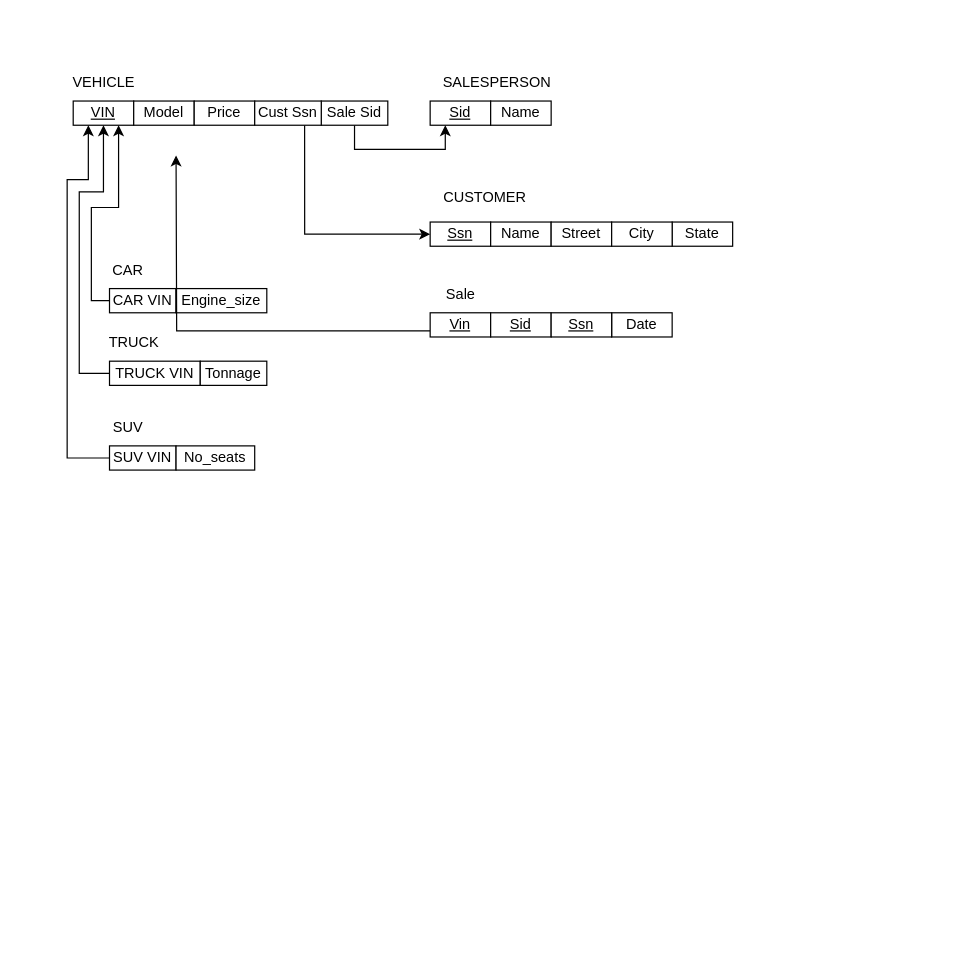
This is assignment3/Question2.drawio from shivamdesai04/ENSF300, a draw.io file, before an edit. Source tidied: cells renumbered, new cells numbered last; positions are measured from the earlier drawing's top-left corner, leaving out a move shared by most shapes. Both pictures are drawn from the tidied source at 121%, with x=0, y=0 at pixel (60, 64).
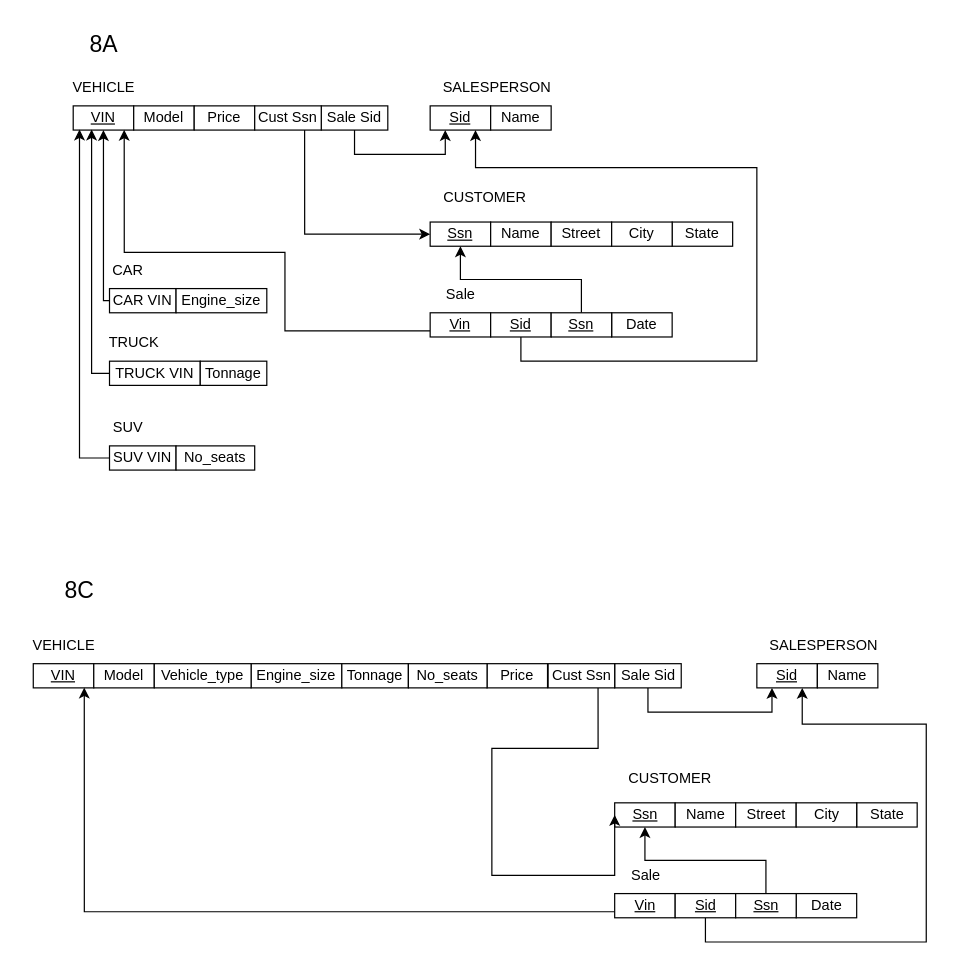
Above is the later version.

The change refers to these unchanged cells:
```xml
<mxCell id="14" value="CAR VIN" style="whiteSpace=wrap;html=1;" parent="1" vertex="1">
  <mxGeometry x="40" y="185" width="55" height="20" as="geometry" />
</mxCell>
<mxCell id="17" value="TRUCK VIN" style="whiteSpace=wrap;html=1;" parent="1" vertex="1">
  <mxGeometry x="40" y="245" width="75" height="20" as="geometry" />
</mxCell>
<mxCell id="20" value="SUV VIN" style="whiteSpace=wrap;html=1;" parent="1" vertex="1">
  <mxGeometry x="40" y="315" width="55" height="20" as="geometry" />
</mxCell>
<mxCell id="25" value="&lt;u&gt;Ssn&lt;/u&gt;" style="whiteSpace=wrap;html=1;" parent="1" vertex="1">
  <mxGeometry x="305" y="130" width="50" height="20" as="geometry" />
</mxCell>
<mxCell id="32" value="&lt;u&gt;Vin&lt;/u&gt;" style="whiteSpace=wrap;html=1;" parent="1" vertex="1">
  <mxGeometry x="305" y="205" width="50" height="20" as="geometry" />
</mxCell>
<mxCell id="33" value="&lt;u&gt;Sid&lt;/u&gt;" style="whiteSpace=wrap;html=1;" parent="1" vertex="1">
  <mxGeometry x="355" y="205" width="50" height="20" as="geometry" />
</mxCell>
<mxCell id="34" value="&lt;u&gt;Ssn&lt;/u&gt;" style="whiteSpace=wrap;html=1;" parent="1" vertex="1">
  <mxGeometry x="405" y="205" width="50" height="20" as="geometry" />
</mxCell>
```

What changed in the source:
```diff
@@
     <mxCell id="2" value="VEHICLE" style="text;html=1;align=center;verticalAlign=middle;strokeColor=none;fillColor=none;" parent="1" vertex="1">
-      <mxGeometry width="70" height="30" as="geometry" />
+      <mxGeometry y="4" width="70" height="30" as="geometry" />
     </mxCell>
     <mxCell id="3" value="&lt;u&gt;VIN&lt;/u&gt;" style="whiteSpace=wrap;html=1;" parent="1" vertex="1">
-      <mxGeometry x="10" y="30" width="50" height="20" as="geometry" />
+      <mxGeometry x="10" y="34" width="50" height="20" as="geometry" />
     </mxCell>
     <mxCell id="4" value="Model" style="whiteSpace=wrap;html=1;" parent="1" vertex="1">
-      <mxGeometry x="60" y="30" width="50" height="20" as="geometry" />
+      <mxGeometry x="60" y="34" width="50" height="20" as="geometry" />
     </mxCell>
     <mxCell id="5" value="Price" style="whiteSpace=wrap;html=1;" parent="1" vertex="1">
-      <mxGeometry x="110" y="30" width="50" height="20" as="geometry" />
+      <mxGeometry x="110" y="34" width="50" height="20" as="geometry" />
     </mxCell>
     <mxCell id="6" value="&lt;u&gt;Sid&lt;/u&gt;" style="whiteSpace=wrap;html=1;" parent="1" vertex="1">
-      <mxGeometry x="305" y="30" width="50" height="20" as="geometry" />
+      <mxGeometry x="305" y="34" width="50" height="20" as="geometry" />
     </mxCell>
     <mxCell id="7" value="SALESPERSON" style="text;html=1;align=center;verticalAlign=middle;strokeColor=none;fillColor=none;" parent="1" vertex="1">
-      <mxGeometry x="305" width="110" height="30" as="geometry" />
+      <mxGeometry x="305" y="4" width="110" height="30" as="geometry" />
     </mxCell>
     <mxCell id="8" value="Name" style="whiteSpace=wrap;html=1;" parent="1" vertex="1">
-      <mxGeometry x="355" y="30" width="50" height="20" as="geometry" />
+      <mxGeometry x="355" y="34" width="50" height="20" as="geometry" />
     </mxCell>
@@
     <mxCell id="10" value="Sale Sid" style="whiteSpace=wrap;html=1;" parent="1" vertex="1">
-      <mxGeometry x="215" y="30" width="55" height="20" as="geometry" />
+      <mxGeometry x="215" y="34" width="55" height="20" as="geometry" />
     </mxCell>
@@
-    <mxCell id="13" style="edgeStyle=orthogonalEdgeStyle;rounded=0;jettySize=auto;html=1;exitX=0;exitY=0.5;exitDx=0;exitDy=0;entryX=0.75;entryY=1;entryDx=0;entryDy=0;" parent="1" edge="1" source="14" target="3">
+    <mxCell id="13" style="edgeStyle=orthogonalEdgeStyle;rounded=0;jettySize=auto;html=1;exitX=0;exitY=0.5;exitDx=0;exitDy=0;entryX=0.5;entryY=1;entryDx=0;entryDy=0;" parent="1" edge="1" source="14" target="3">
       <mxGeometry relative="1" as="geometry">
         <Array as="points">
-          <mxPoint x="25" y="195" />
-          <mxPoint x="25" y="118" />
-          <mxPoint x="48" y="118" />
+          <mxPoint x="35" y="195" />
         </Array>
       </mxGeometry>
     </mxCell>
@@
-    <mxCell id="16" style="edgeStyle=orthogonalEdgeStyle;rounded=0;jettySize=auto;html=1;exitX=0;exitY=0.5;exitDx=0;exitDy=0;entryX=0.5;entryY=1;entryDx=0;entryDy=0;" parent="1" edge="1" source="17" target="3">
+    <mxCell id="16" style="edgeStyle=orthogonalEdgeStyle;rounded=0;jettySize=auto;html=1;exitX=0;exitY=0.5;exitDx=0;exitDy=0;entryX=0.304;entryY=0.975;entryDx=0;entryDy=0;entryPerimeter=0;" parent="1" edge="1" source="17" target="3">
       <mxGeometry relative="1" as="geometry">
         <Array as="points">
-          <mxPoint x="15" y="255" />
-          <mxPoint x="15" y="105" />
-          <mxPoint x="35" y="105" />
+          <mxPoint x="25" y="255" />
         </Array>
       </mxGeometry>
     </mxCell>
@@
-    <mxCell id="19" style="edgeStyle=orthogonalEdgeStyle;rounded=0;jettySize=auto;html=1;exitX=0;exitY=0.5;exitDx=0;exitDy=0;entryX=0.25;entryY=1;entryDx=0;entryDy=0;" parent="1" edge="1" source="20" target="3">
-      <mxGeometry relative="1" as="geometry">
-        <Array as="points">
-          <mxPoint x="5" y="325" />
-          <mxPoint x="5" y="95" />
-          <mxPoint x="22" y="95" />
-        </Array>
-      </mxGeometry>
+    <mxCell id="19" style="edgeStyle=orthogonalEdgeStyle;rounded=0;jettySize=auto;html=1;exitX=0;exitY=0.5;exitDx=0;exitDy=0;entryX=0.104;entryY=0.975;entryDx=0;entryDy=0;entryPerimeter=0;" parent="1" edge="1" source="20" target="3">
+      <mxGeometry relative="1" as="geometry" />
     </mxCell>
@@
-    <mxCell id="31" style="edgeStyle=orthogonalEdgeStyle;rounded=0;jettySize=auto;html=1;exitX=0;exitY=0.75;exitDx=0;exitDy=0;" parent="1" edge="1" source="32">
+    <mxCell id="31" style="edgeStyle=orthogonalEdgeStyle;rounded=0;jettySize=auto;html=1;exitX=0;exitY=0.75;exitDx=0;exitDy=0;entryX=0.843;entryY=0.989;entryDx=0;entryDy=0;entryPerimeter=0;" parent="1" edge="1" source="32" target="3">
       <mxGeometry relative="1" as="geometry">
-        <mxPoint x="95" y="75" as="targetPoint" />
+        <Array as="points">
+          <mxPoint x="185" y="220" />
+          <mxPoint x="185" y="155" />
+          <mxPoint x="52" y="155" />
+        </Array>
       </mxGeometry>
     </mxCell>
@@
+    <mxCell id="37" style="edgeStyle=orthogonalEdgeStyle;rounded=0;jettySize=auto;html=1;exitX=0.5;exitY=1;exitDx=0;exitDy=0;entryX=0.75;entryY=1;entryDx=0;entryDy=0;" parent="1" edge="1" source="33" target="6">
+      <mxGeometry relative="1" as="geometry">
+        <Array as="points">
+          <mxPoint x="380" y="245" />
+          <mxPoint x="575" y="245" />
+          <mxPoint x="575" y="85" />
+          <mxPoint x="343" y="85" />
+        </Array>
+      </mxGeometry>
+    </mxCell>
@@
+    <mxCell id="38" style="edgeStyle=orthogonalEdgeStyle;rounded=0;jettySize=auto;html=1;exitX=0.5;exitY=0;exitDx=0;exitDy=0;entryX=0.5;entryY=1;entryDx=0;entryDy=0;" parent="1" edge="1" source="34" target="25">
+      <mxGeometry relative="1" as="geometry" />
+    </mxCell>
@@
     <mxCell id="35" style="edgeStyle=orthogonalEdgeStyle;rounded=0;jettySize=auto;html=1;exitX=0.75;exitY=1;exitDx=0;exitDy=0;entryX=0;entryY=0.5;entryDx=0;entryDy=0;" parent="1" edge="1" source="36" target="25">
-      <mxGeometry relative="1" as="geometry" />
+      <mxGeometry relative="1" as="geometry">
+        <Array as="points">
+          <mxPoint x="201" y="140" />
+        </Array>
+      </mxGeometry>
     </mxCell>
     <mxCell id="36" value="Cust Ssn" style="whiteSpace=wrap;html=1;" parent="1" vertex="1">
-      <mxGeometry x="160" y="30" width="55" height="20" as="geometry" />
+      <mxGeometry x="160" y="34" width="55" height="20" as="geometry" />
     </mxCell>
+    <mxCell id="39" value="&lt;span style=&quot;font-size: 19px;&quot;&gt;8A&lt;/span&gt;" style="text;html=1;align=center;verticalAlign=middle;strokeColor=none;fillColor=none;" parent="1" vertex="1">
+      <mxGeometry x="10" y="-36" width="50" height="40" as="geometry" />
+    </mxCell>
+    <mxCell id="40" value="VEHICLE" style="text;html=1;align=center;verticalAlign=middle;strokeColor=none;fillColor=none;" parent="1" vertex="1">
+      <mxGeometry x="-33" y="465" width="70" height="30" as="geometry" />
+    </mxCell>
+    <mxCell id="41" value="&lt;u&gt;VIN&lt;/u&gt;" style="whiteSpace=wrap;html=1;" parent="1" vertex="1">
+      <mxGeometry x="-23" y="495" width="50" height="20" as="geometry" />
+    </mxCell>
+    <mxCell id="42" value="Model" style="whiteSpace=wrap;html=1;" parent="1" vertex="1">
+      <mxGeometry x="27" y="495" width="50" height="20" as="geometry" />
+    </mxCell>
+    <mxCell id="43" value="Price" style="whiteSpace=wrap;html=1;" parent="1" vertex="1">
+      <mxGeometry x="352" y="495" width="50" height="20" as="geometry" />
+    </mxCell>
+    <mxCell id="44" value="&lt;u&gt;Sid&lt;/u&gt;" style="whiteSpace=wrap;html=1;" parent="1" vertex="1">
+      <mxGeometry x="575" y="495" width="50" height="20" as="geometry" />
+    </mxCell>
+    <mxCell id="45" value="SALESPERSON" style="text;html=1;align=center;verticalAlign=middle;strokeColor=none;fillColor=none;" parent="1" vertex="1">
+      <mxGeometry x="575" y="465" width="110" height="30" as="geometry" />
+    </mxCell>
+    <mxCell id="46" value="Name" style="whiteSpace=wrap;html=1;" parent="1" vertex="1">
+      <mxGeometry x="625" y="495" width="50" height="20" as="geometry" />
+    </mxCell>
+    <mxCell id="47" style="edgeStyle=orthogonalEdgeStyle;rounded=0;jettySize=auto;html=1;exitX=0.5;exitY=1;exitDx=0;exitDy=0;entryX=0.25;entryY=1;entryDx=0;entryDy=0;fontSize=19;" parent="1" edge="1" source="48" target="44">
+      <mxGeometry relative="1" as="geometry" />
+    </mxCell>
+    <mxCell id="48" value="Sale Sid" style="whiteSpace=wrap;html=1;" parent="1" vertex="1">
+      <mxGeometry x="457.5" y="495" width="55" height="20" as="geometry" />
+    </mxCell>
+    <mxCell id="49" value="Date" style="whiteSpace=wrap;html=1;" parent="1" vertex="1">
+      <mxGeometry x="607.5" y="685" width="50" height="20" as="geometry" />
+    </mxCell>
+    <mxCell id="50" value="CUSTOMER" style="text;html=1;align=center;verticalAlign=middle;strokeColor=none;fillColor=none;" parent="1" vertex="1">
+      <mxGeometry x="457.5" y="575" width="90" height="30" as="geometry" />
+    </mxCell>
+    <mxCell id="51" value="&lt;u&gt;Ssn&lt;/u&gt;" style="whiteSpace=wrap;html=1;" parent="1" vertex="1">
+      <mxGeometry x="457.5" y="610" width="50" height="20" as="geometry" />
+    </mxCell>
+    <mxCell id="52" value="Name" style="whiteSpace=wrap;html=1;" parent="1" vertex="1">
+      <mxGeometry x="507.5" y="610" width="50" height="20" as="geometry" />
+    </mxCell>
+    <mxCell id="53" value="State" style="whiteSpace=wrap;html=1;" parent="1" vertex="1">
+      <mxGeometry x="657.5" y="610" width="50" height="20" as="geometry" />
+    </mxCell>
+    <mxCell id="54" value="Street" style="whiteSpace=wrap;html=1;" parent="1" vertex="1">
+      <mxGeometry x="557.5" y="610" width="50" height="20" as="geometry" />
+    </mxCell>
+    <mxCell id="55" value="City" style="whiteSpace=wrap;html=1;" parent="1" vertex="1">
+      <mxGeometry x="607.5" y="610" width="50" height="20" as="geometry" />
+    </mxCell>
+    <mxCell id="56" value="Sale" style="text;html=1;align=center;verticalAlign=middle;strokeColor=none;fillColor=none;" parent="1" vertex="1">
+      <mxGeometry x="457.5" y="655" width="50" height="30" as="geometry" />
+    </mxCell>
+    <mxCell id="57" style="edgeStyle=orthogonalEdgeStyle;rounded=0;jettySize=auto;html=1;exitX=0;exitY=0.75;exitDx=0;exitDy=0;entryX=0.843;entryY=0.989;entryDx=0;entryDy=0;entryPerimeter=0;" parent="1" edge="1" source="58" target="41">
+      <mxGeometry relative="1" as="geometry">
+        <Array as="points">
+          <mxPoint x="19" y="700" />
+        </Array>
+      </mxGeometry>
+    </mxCell>
+    <mxCell id="58" value="&lt;u&gt;Vin&lt;/u&gt;" style="whiteSpace=wrap;html=1;" parent="1" vertex="1">
+      <mxGeometry x="457.5" y="685" width="50" height="20" as="geometry" />
+    </mxCell>
+    <mxCell id="59" style="edgeStyle=orthogonalEdgeStyle;rounded=0;jettySize=auto;html=1;exitX=0.5;exitY=1;exitDx=0;exitDy=0;entryX=0.75;entryY=1;entryDx=0;entryDy=0;fontSize=19;" parent="1" edge="1" source="60" target="44">
+      <mxGeometry relative="1" as="geometry">
+        <Array as="points">
+          <mxPoint x="532" y="725" />
+          <mxPoint x="715" y="725" />
+          <mxPoint x="715" y="545" />
+          <mxPoint x="612" y="545" />
+        </Array>
+      </mxGeometry>
+    </mxCell>
+    <mxCell id="60" value="&lt;u&gt;Sid&lt;/u&gt;" style="whiteSpace=wrap;html=1;" parent="1" vertex="1">
+      <mxGeometry x="507.5" y="685" width="50" height="20" as="geometry" />
+    </mxCell>
+    <mxCell id="61" style="edgeStyle=orthogonalEdgeStyle;rounded=0;jettySize=auto;html=1;exitX=0.5;exitY=0;exitDx=0;exitDy=0;entryX=0.5;entryY=1;entryDx=0;entryDy=0;" parent="1" edge="1" source="62" target="51">
+      <mxGeometry relative="1" as="geometry" />
+    </mxCell>
+    <mxCell id="62" value="&lt;u&gt;Ssn&lt;/u&gt;" style="whiteSpace=wrap;html=1;" parent="1" vertex="1">
+      <mxGeometry x="557.5" y="685" width="50" height="20" as="geometry" />
+    </mxCell>
+    <mxCell id="63" style="edgeStyle=orthogonalEdgeStyle;rounded=0;jettySize=auto;html=1;exitX=0.75;exitY=1;exitDx=0;exitDy=0;entryX=0;entryY=0.5;entryDx=0;entryDy=0;" parent="1" edge="1" source="64" target="51">
+      <mxGeometry relative="1" as="geometry">
+        <Array as="points">
+          <mxPoint x="444" y="565" />
+          <mxPoint x="356" y="565" />
+          <mxPoint x="356" y="670" />
+        </Array>
+      </mxGeometry>
+    </mxCell>
+    <mxCell id="64" value="Cust Ssn" style="whiteSpace=wrap;html=1;" parent="1" vertex="1">
+      <mxGeometry x="402.5" y="495" width="55" height="20" as="geometry" />
+    </mxCell>
+    <mxCell id="65" value="Engine_size" style="whiteSpace=wrap;html=1;" parent="1" vertex="1">
+      <mxGeometry x="157" y="495" width="75" height="20" as="geometry" />
+    </mxCell>
+    <mxCell id="66" value="Vehicle_type" style="whiteSpace=wrap;html=1;" parent="1" vertex="1">
+      <mxGeometry x="77" y="495" width="80" height="20" as="geometry" />
+    </mxCell>
+    <mxCell id="67" value="Tonnage" style="whiteSpace=wrap;html=1;" parent="1" vertex="1">
+      <mxGeometry x="232" y="495" width="55" height="20" as="geometry" />
+    </mxCell>
+    <mxCell id="68" value="No_seats" style="whiteSpace=wrap;html=1;" parent="1" vertex="1">
+      <mxGeometry x="287" y="495" width="65" height="20" as="geometry" />
+    </mxCell>
+    <mxCell id="69" value="&lt;span style=&quot;font-size: 19px;&quot;&gt;8C&lt;/span&gt;" style="text;html=1;align=center;verticalAlign=middle;strokeColor=none;fillColor=none;" parent="1" vertex="1">
+      <mxGeometry x="-10" y="415" width="50" height="40" as="geometry" />
+    </mxCell>
```
